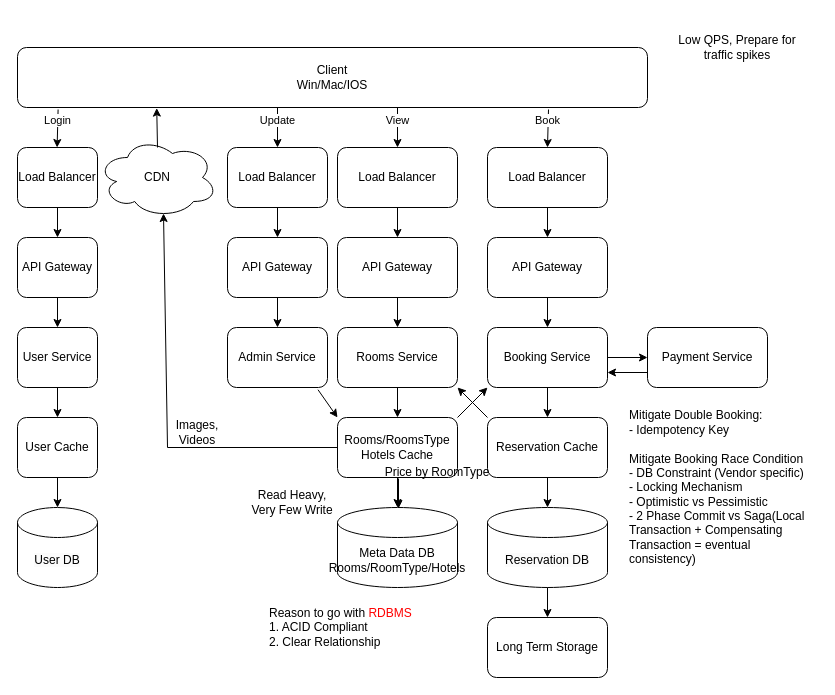
Before: 12_TicketBooking.drawio in xwq172677170/SysdDiagram, a draw.io diagram. Source tidied: cells renumbered, new cells numbered last; positions are measured from the earlier drawing's top-left corner, leaving out a move shared by most shapes. Both pictures are drawn from the tidied source at 100%, with x=0, y=0 at pixel (17, 17).
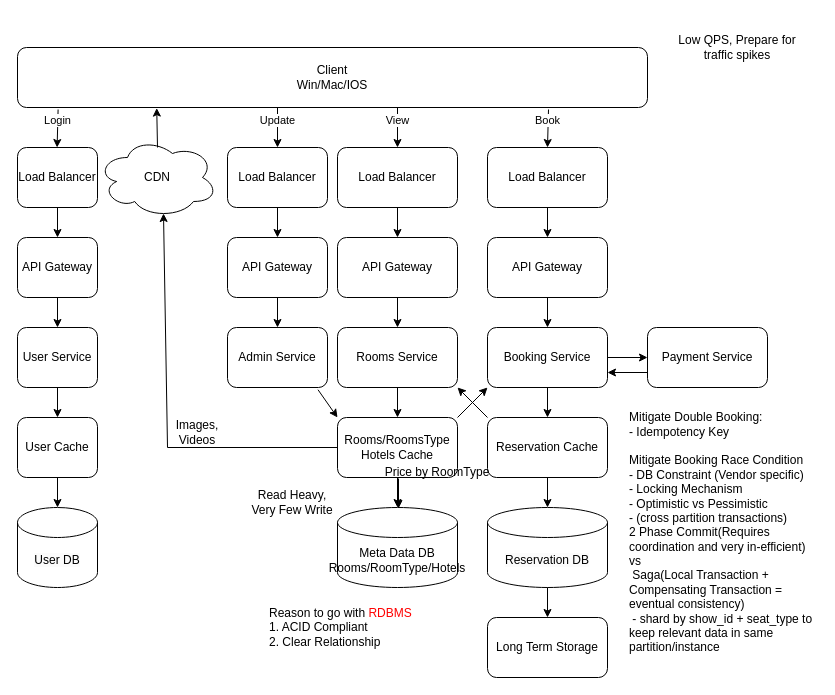
The same diagram, later.

Change to the diagram source:
```diff
@@
-    <mxCell id="60" value="Mitigate Double Booking:&lt;br&gt;&lt;div style=&quot;&quot;&gt;&lt;span style=&quot;background-color: initial;&quot;&gt;- Idempotency Key&lt;/span&gt;&lt;/div&gt;&lt;div style=&quot;&quot;&gt;&lt;span style=&quot;background-color: initial;&quot;&gt;&lt;br&gt;&lt;/span&gt;&lt;/div&gt;&lt;div style=&quot;&quot;&gt;&lt;span style=&quot;background-color: initial;&quot;&gt;Mitigate Booking Race Condition&lt;/span&gt;&lt;/div&gt;&lt;div style=&quot;&quot;&gt;&lt;span style=&quot;background-color: initial;&quot;&gt;- DB Constraint (Vendor specific)&lt;/span&gt;&lt;/div&gt;&lt;div style=&quot;&quot;&gt;&lt;span style=&quot;background-color: initial;&quot;&gt;- Locking Mechanism&lt;/span&gt;&lt;/div&gt;&lt;div style=&quot;&quot;&gt;&lt;span style=&quot;background-color: initial;&quot;&gt;- Optimistic vs Pessimistic&lt;/span&gt;&lt;/div&gt;&lt;div style=&quot;&quot;&gt;&lt;span style=&quot;background-color: initial;&quot;&gt;- 2 Phase Commit vs Saga(Local Transaction + Compensating Transaction = eventual consistency)&amp;nbsp;&lt;/span&gt;&lt;/div&gt;" style="text;html=1;strokeColor=none;fillColor=none;align=left;verticalAlign=middle;whiteSpace=wrap;rounded=0;" parent="1" vertex="1">
-      <mxGeometry x="610" y="380" width="190" height="180" as="geometry" />
+    <mxCell id="60" value="Mitigate Double Booking:&lt;br&gt;&lt;div style=&quot;&quot;&gt;&lt;span style=&quot;background-color: initial;&quot;&gt;- Idempotency Key&lt;/span&gt;&lt;/div&gt;&lt;div style=&quot;&quot;&gt;&lt;span style=&quot;background-color: initial;&quot;&gt;&lt;br&gt;&lt;/span&gt;&lt;/div&gt;&lt;div style=&quot;&quot;&gt;&lt;span style=&quot;background-color: initial;&quot;&gt;Mitigate Booking Race Condition&lt;/span&gt;&lt;/div&gt;&lt;div style=&quot;&quot;&gt;&lt;span style=&quot;background-color: initial;&quot;&gt;- DB Constraint (Vendor specific)&lt;/span&gt;&lt;/div&gt;&lt;div style=&quot;&quot;&gt;&lt;span style=&quot;background-color: initial;&quot;&gt;- Locking Mechanism&lt;/span&gt;&lt;/div&gt;&lt;div style=&quot;&quot;&gt;&lt;span style=&quot;background-color: initial;&quot;&gt;- Optimistic vs Pessimistic&lt;/span&gt;&lt;/div&gt;&lt;div style=&quot;&quot;&gt;&lt;span style=&quot;background-color: initial;&quot;&gt;- (cross partition transactions)&lt;/span&gt;&lt;/div&gt;&lt;div style=&quot;&quot;&gt;&lt;span style=&quot;background-color: initial;&quot;&gt;2 Phase Commit(Requires coordination and very in-efficient) vs&lt;/span&gt;&lt;/div&gt;&lt;div style=&quot;&quot;&gt;&lt;span style=&quot;background-color: initial;&quot;&gt;&amp;nbsp;Saga(Local Transaction + Compensating Transaction = eventual consistency)&amp;nbsp;&lt;/span&gt;&lt;/div&gt;&lt;div style=&quot;&quot;&gt;&lt;span style=&quot;background-color: initial;&quot;&gt;&amp;nbsp;- shard by show_id + seat_type to keep relevant data in same partition/instance&amp;nbsp;&lt;/span&gt;&lt;/div&gt;" style="text;html=1;strokeColor=none;fillColor=none;align=left;verticalAlign=middle;whiteSpace=wrap;rounded=0;" parent="1" vertex="1">
+      <mxGeometry x="610" y="380" width="190" height="270" as="geometry" />
     </mxCell>
```
